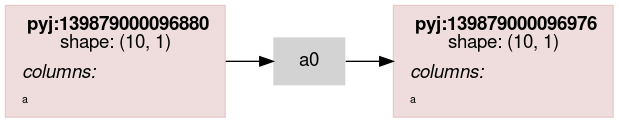
This is scripts/rdflog/a0.ttl.dot.png from asmirnov69/pyjviz-poc, a Graphviz export, as it was before one commit. Its source is kept beside it as scripts/rdflog/a0.ttl.dot.
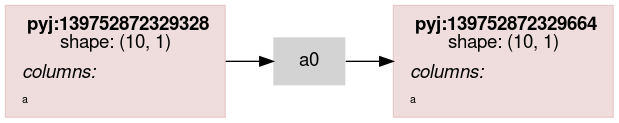
Later version of the same file.

What changed in the source:
```diff
@@ -14,7 +14,7 @@
                 color="#88000022"
                 shape = rect
                 label = <<table border="0" cellborder="0" cellspacing="0" cellpadding="4">
-                         <tr> <td> <b>pyj:139879000096880</b><br/>shape: (10, 1)</td> </tr>
+                         <tr> <td> <b>pyj:139752872329328</b><br/>shape: (10, 1)</td> </tr>
                          <tr> <td align="left"><i>columns:</i><br align="left"/></td></tr>
                 <tr><td align="left"><FONT POINT-SIZE="8px">a</FONT></td></tr>
                          </table>>
@@ -23,7 +23,7 @@
                 color="#88000022"
                 shape = rect
                 label = <<table border="0" cellborder="0" cellspacing="0" cellpadding="4">
-                         <tr> <td> <b>pyj:139879000096976</b><br/>shape: (10, 1)</td> </tr>
+                         <tr> <td> <b>pyj:139752872329664</b><br/>shape: (10, 1)</td> </tr>
                          <tr> <td align="left"><i>columns:</i><br align="left"/></td></tr>
                 <tr><td align="left"><FONT POINT-SIZE="8px">a</FONT></td></tr>
                          </table>>
```
